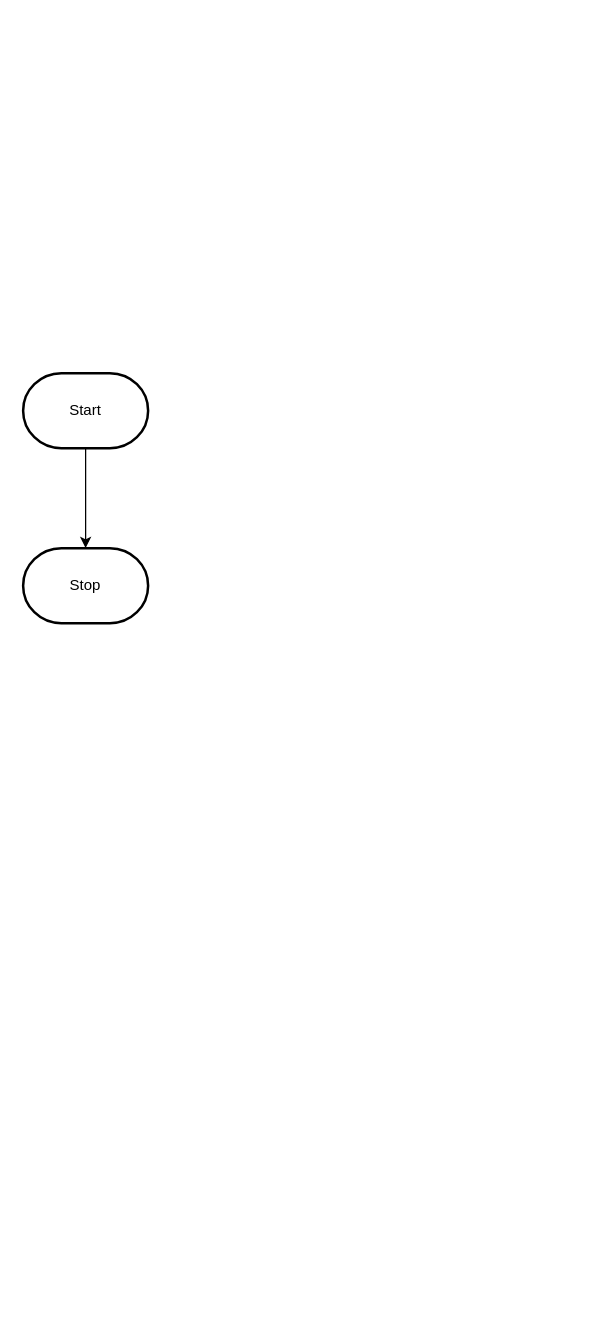
MTHS-ICD2O-1-2023/ICD2O-Unit-6-02-tymofii-stepanov keeps this draw.io diagram as design/flowchart.drawio. Above is the earlier version. Source tidied: cells renumbered, new cells numbered last; positions are measured from the earlier drawing's top-left corner, leaving out a move shared by most shapes. Both pictures are drawn from the tidied source at 125%, with x=0, y=0 at pixel (22, 372).
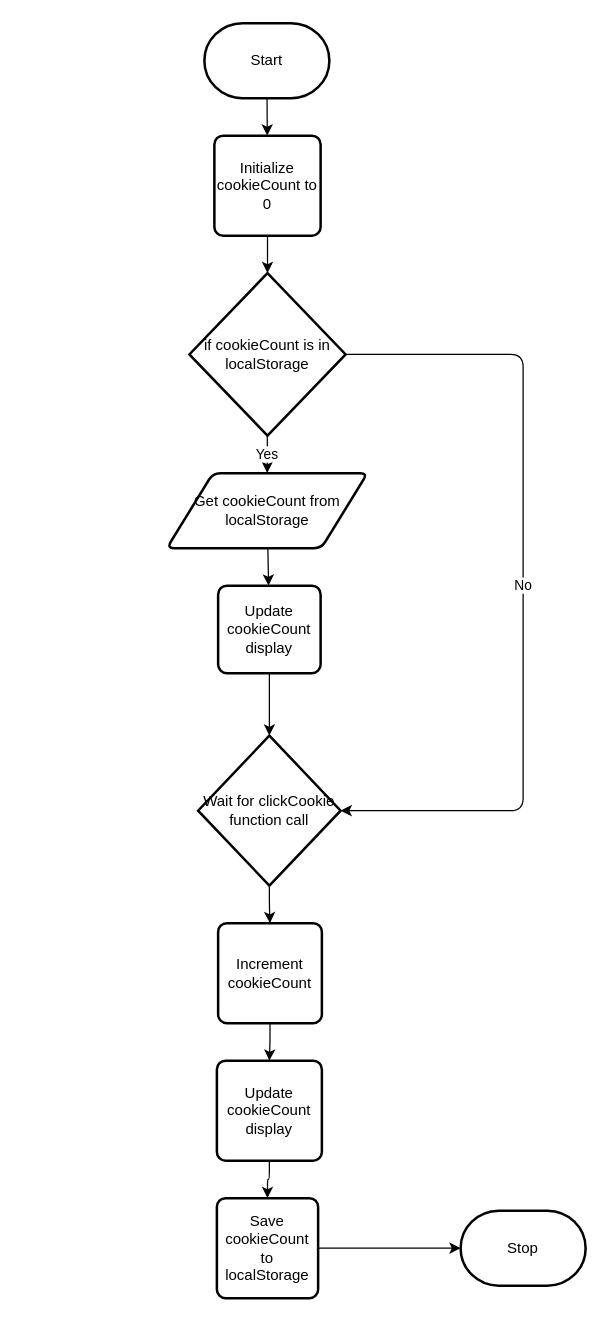
Above is the later version.

Change to the diagram source:
```diff
@@
-    <mxCell id="2" style="edgeStyle=orthogonalEdgeStyle;html=1;rounded=0;" parent="1" edge="1" source="3" target="4">
-      <mxGeometry relative="1" as="geometry" />
-    </mxCell>
+    <mxCell id="5" style="edgeStyle=none;html=1;" parent="1" edge="1" source="3" target="2">
+      <mxGeometry relative="1" as="geometry" />
+    </mxCell>
     <mxCell id="3" value="Start" style="strokeWidth=2;html=1;shape=mxgraph.flowchart.terminator;whiteSpace=wrap;" parent="1" vertex="1">
-      <mxGeometry width="100" height="60" as="geometry" />
+      <mxGeometry x="145" y="-280" width="100" height="60" as="geometry" />
     </mxCell>
     <mxCell id="4" value="Stop" style="strokeWidth=2;html=1;shape=mxgraph.flowchart.terminator;whiteSpace=wrap;" parent="1" vertex="1">
-      <mxGeometry y="140" width="100" height="60" as="geometry" />
+      <mxGeometry x="350" y="670" width="100" height="60" as="geometry" />
     </mxCell>
+    <mxCell id="6" style="edgeStyle=none;html=1;" parent="1" edge="1" source="2" target="9">
+      <mxGeometry relative="1" as="geometry" />
+    </mxCell>
+    <mxCell id="2" value="Initialize cookieCount to 0" style="rounded=1;whiteSpace=wrap;html=1;absoluteArcSize=1;arcSize=14;strokeWidth=2;" parent="1" vertex="1">
+      <mxGeometry x="153" y="-190" width="85" height="80" as="geometry" />
+    </mxCell>
+    <mxCell id="7" value="Yes" style="edgeStyle=none;html=1;" parent="1" edge="1" source="9" target="11">
+      <mxGeometry relative="1" as="geometry" />
+    </mxCell>
+    <mxCell id="8" value="No" style="edgeStyle=orthogonalEdgeStyle;html=1;entryX=1;entryY=0.5;entryDx=0;entryDy=0;entryPerimeter=0;" parent="1" edge="1" source="9" target="15">
+      <mxGeometry relative="1" as="geometry">
+        <Array as="points">
+          <mxPoint x="400" y="-15" />
+          <mxPoint x="400" y="350" />
+        </Array>
+      </mxGeometry>
+    </mxCell>
+    <mxCell id="9" value="if cookieCount is in localStorage" style="strokeWidth=2;html=1;shape=mxgraph.flowchart.decision;whiteSpace=wrap;" parent="1" vertex="1">
+      <mxGeometry x="133" y="-80" width="125" height="130" as="geometry" />
+    </mxCell>
+    <mxCell id="10" style="edgeStyle=none;html=1;" parent="1" edge="1" source="11" target="13">
+      <mxGeometry relative="1" as="geometry" />
+    </mxCell>
+    <mxCell id="11" value="Get cookieCount from localStorage" style="shape=parallelogram;html=1;strokeWidth=2;perimeter=parallelogramPerimeter;whiteSpace=wrap;rounded=1;arcSize=12;size=0.23;" parent="1" vertex="1">
+      <mxGeometry x="115" y="80" width="160.5" height="60" as="geometry" />
+    </mxCell>
+    <mxCell id="12" style="edgeStyle=none;html=1;entryX=0.5;entryY=0;entryDx=0;entryDy=0;entryPerimeter=0;" parent="1" edge="1" source="13" target="15">
+      <mxGeometry relative="1" as="geometry" />
+    </mxCell>
+    <mxCell id="13" value="Update cookieCount display" style="rounded=1;whiteSpace=wrap;html=1;absoluteArcSize=1;arcSize=14;strokeWidth=2;" parent="1" vertex="1">
+      <mxGeometry x="156" y="170" width="82" height="70" as="geometry" />
+    </mxCell>
+    <mxCell id="14" style="edgeStyle=orthogonalEdgeStyle;html=1;" parent="1" edge="1" source="15" target="17">
+      <mxGeometry relative="1" as="geometry" />
+    </mxCell>
+    <mxCell id="15" value="Wait for clickCookie function call" style="strokeWidth=2;html=1;shape=mxgraph.flowchart.decision;whiteSpace=wrap;" parent="1" vertex="1">
+      <mxGeometry x="140" y="290" width="114" height="120" as="geometry" />
+    </mxCell>
+    <mxCell id="16" style="edgeStyle=orthogonalEdgeStyle;html=1;" parent="1" edge="1" source="17" target="19">
+      <mxGeometry relative="1" as="geometry" />
+    </mxCell>
+    <mxCell id="17" value="Increment cookieCount" style="rounded=1;whiteSpace=wrap;html=1;absoluteArcSize=1;arcSize=14;strokeWidth=2;" parent="1" vertex="1">
+      <mxGeometry x="156" y="440" width="83" height="80" as="geometry" />
+    </mxCell>
+    <mxCell id="18" style="edgeStyle=orthogonalEdgeStyle;html=1;" parent="1" edge="1" source="19" target="21">
+      <mxGeometry relative="1" as="geometry" />
+    </mxCell>
+    <mxCell id="19" value="Update cookieCount display" style="rounded=1;whiteSpace=wrap;html=1;absoluteArcSize=1;arcSize=14;strokeWidth=2;" parent="1" vertex="1">
+      <mxGeometry x="155" y="550" width="84" height="80" as="geometry" />
+    </mxCell>
+    <mxCell id="20" style="edgeStyle=orthogonalEdgeStyle;html=1;" parent="1" edge="1" source="21" target="4">
+      <mxGeometry relative="1" as="geometry" />
+    </mxCell>
+    <mxCell id="21" value="Save cookieCount to localStorage" style="rounded=1;whiteSpace=wrap;html=1;absoluteArcSize=1;arcSize=14;strokeWidth=2;" parent="1" vertex="1">
+      <mxGeometry x="155" y="660" width="81" height="80" as="geometry" />
+    </mxCell>
```
